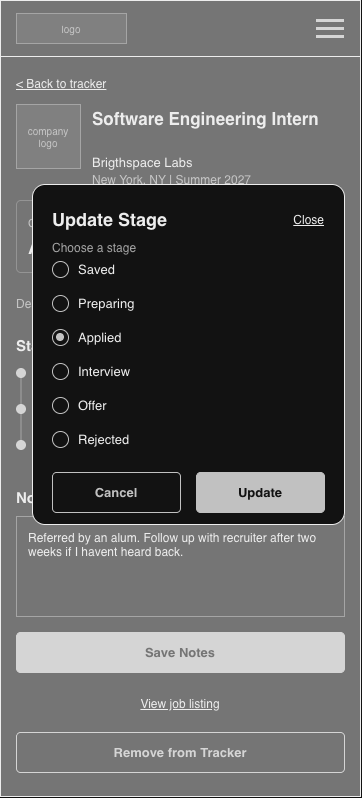
agile-students-fall2026/CareerHive keeps this draw.io diagram as ux-design/wireframes-17-application-details-update-stage.drawio.png. Above is the earlier version. Source tidied: cells renumbered, new cells last; positions are measured from the earlier drawing's top-left corner, leaving out a move shared by most shapes.
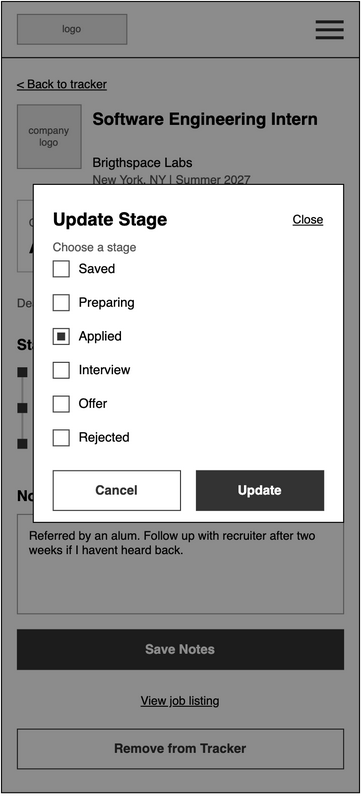
The same diagram one commit later.

Diff of the diagram source:
```diff
@@ -35,7 +35,7 @@
     <mxCell id="12" value="New York, NY | Summer 2027" style="html=1;whiteSpace=wrap;fontFamily=Helvetica;text;strokeColor=none;fillColor=none;spacing=0;overflow=visible;fontSize=12;fontStyle=0;fontColor=#555555;align=left;verticalAlign=top;" parent="1" vertex="1">
       <mxGeometry x="92" y="168" width="252" height="16" as="geometry" />
     </mxCell>
-    <mxCell id="13" style="html=1;whiteSpace=wrap;fontFamily=Helvetica;rounded=1;arcSize=6;absoluteArcSize=0;fillColor=#FFFFFF;strokeColor=#BBBBBB;" parent="1" vertex="1">
+    <mxCell id="13" style="html=1;whiteSpace=wrap;fontFamily=Helvetica;rounded=0;arcSize=0;absoluteArcSize=0;fillColor=#FFFFFF;strokeColor=#BBBBBB;" parent="1" vertex="1">
       <mxGeometry x="16" y="200" width="328" height="72" as="geometry" />
     </mxCell>
     <mxCell id="14" value="Current stage" style="html=1;whiteSpace=wrap;fontFamily=Helvetica;text;strokeColor=none;fillColor=none;spacing=0;overflow=visible;fontSize=11;fontStyle=0;fontColor=#555555;align=left;verticalAlign=top;" parent="1" vertex="1">
@@ -44,7 +44,7 @@
     <mxCell id="15" value="Applied" style="html=1;whiteSpace=wrap;fontFamily=Helvetica;text;strokeColor=none;fillColor=none;spacing=0;overflow=visible;fontSize=18;fontStyle=1;fontColor=#000000;align=left;verticalAlign=top;" parent="1" vertex="1">
       <mxGeometry x="28" y="232" width="150" height="24" as="geometry" />
     </mxCell>
-    <mxCell id="16" value="Update Stage" style="html=1;whiteSpace=wrap;fontFamily=Helvetica;rounded=1;arcSize=10;fontSize=13;fontStyle=1;fillColor=#FFFFFF;strokeColor=#333333;fontColor=#333333;" parent="1" vertex="1">
+    <mxCell id="16" value="Update Stage" style="html=1;whiteSpace=wrap;fontFamily=Helvetica;rounded=0;arcSize=0;fontSize=13;fontStyle=1;fillColor=#FFFFFF;strokeColor=#333333;fontColor=#333333;" parent="1" vertex="1">
       <mxGeometry x="216" y="216" width="116" height="40" as="geometry" />
     </mxCell>
     <mxCell id="17" value="Deadline" style="html=1;whiteSpace=wrap;fontFamily=Helvetica;text;strokeColor=none;fillColor=none;spacing=0;overflow=visible;fontSize=12;fontStyle=0;fontColor=#555555;align=left;verticalAlign=top;" parent="1" vertex="1">
@@ -59,7 +59,7 @@
     <mxCell id="20" style="html=1;whiteSpace=wrap;fontFamily=Helvetica;rounded=0;fillColor=#CCCCCC;strokeColor=none;" parent="1" vertex="1">
       <mxGeometry x="20" y="372" width="2" height="72" as="geometry" />
     </mxCell>
-    <mxCell id="21" style="html=1;whiteSpace=wrap;fontFamily=Helvetica;ellipse;fillColor=#333333;strokeColor=none;" parent="1" vertex="1">
+    <mxCell id="21" style="html=1;whiteSpace=wrap;fontFamily=Helvetica;shape=rectangle;rounded=0;fillColor=#333333;strokeColor=none;" parent="1" vertex="1">
       <mxGeometry x="16" y="368" width="10" height="10" as="geometry" />
     </mxCell>
     <mxCell id="22" value="Applied" style="html=1;whiteSpace=wrap;fontFamily=Helvetica;text;strokeColor=none;fillColor=none;spacing=0;overflow=visible;fontSize=13;fontStyle=1;fontColor=#000000;align=left;verticalAlign=top;" parent="1" vertex="1">
@@ -68,7 +68,7 @@
     <mxCell id="23" value="Oct 10, 2026" style="html=1;whiteSpace=wrap;fontFamily=Helvetica;text;strokeColor=none;fillColor=none;spacing=0;overflow=visible;fontSize=12;fontStyle=0;fontColor=#555555;align=right;verticalAlign=top;" parent="1" vertex="1">
       <mxGeometry x="224" y="364" width="120" height="18" as="geometry" />
     </mxCell>
-    <mxCell id="24" style="html=1;whiteSpace=wrap;fontFamily=Helvetica;ellipse;fillColor=#333333;strokeColor=none;" parent="1" vertex="1">
+    <mxCell id="24" style="html=1;whiteSpace=wrap;fontFamily=Helvetica;shape=rectangle;rounded=0;fillColor=#333333;strokeColor=none;" parent="1" vertex="1">
       <mxGeometry x="16" y="404" width="10" height="10" as="geometry" />
     </mxCell>
     <mxCell id="25" value="Preparing" style="html=1;whiteSpace=wrap;fontFamily=Helvetica;text;strokeColor=none;fillColor=none;spacing=0;overflow=visible;fontSize=13;fontStyle=1;fontColor=#000000;align=left;verticalAlign=top;" parent="1" vertex="1">
@@ -77,7 +77,7 @@
     <mxCell id="26" value="Oct 5, 2026" style="html=1;whiteSpace=wrap;fontFamily=Helvetica;text;strokeColor=none;fillColor=none;spacing=0;overflow=visible;fontSize=12;fontStyle=0;fontColor=#555555;align=right;verticalAlign=top;" parent="1" vertex="1">
       <mxGeometry x="224" y="400" width="120" height="18" as="geometry" />
     </mxCell>
-    <mxCell id="27" style="html=1;whiteSpace=wrap;fontFamily=Helvetica;ellipse;fillColor=#333333;strokeColor=none;" parent="1" vertex="1">
+    <mxCell id="27" style="html=1;whiteSpace=wrap;fontFamily=Helvetica;shape=rectangle;rounded=0;fillColor=#333333;strokeColor=none;" parent="1" vertex="1">
       <mxGeometry x="16" y="440" width="10" height="10" as="geometry" />
     </mxCell>
     <mxCell id="28" value="Saved" style="html=1;whiteSpace=wrap;fontFamily=Helvetica;text;strokeColor=none;fillColor=none;spacing=0;overflow=visible;fontSize=13;fontStyle=1;fontColor=#000000;align=left;verticalAlign=top;" parent="1" vertex="1">
@@ -92,22 +92,22 @@
     <mxCell id="31" value="Referred by an alum. Follow up with recruiter after two weeks if I havent heard back." style="html=1;whiteSpace=wrap;fontFamily=Helvetica;rounded=0;fillColor=#FFFFFF;strokeColor=#999999;align=left;verticalAlign=top;spacingLeft=10;spacingTop=8;spacingRight=10;fontSize=12;fontColor=#000000;" parent="1" vertex="1">
       <mxGeometry x="16" y="516" width="328" height="100" as="geometry" />
     </mxCell>
-    <mxCell id="32" value="Save Notes" style="html=1;whiteSpace=wrap;fontFamily=Helvetica;rounded=1;arcSize=10;fontSize=13;fontStyle=1;fillColor=#333333;strokeColor=#333333;fontColor=#FFFFFF;" parent="1" vertex="1">
+    <mxCell id="32" value="Save Notes" style="html=1;whiteSpace=wrap;fontFamily=Helvetica;rounded=0;arcSize=0;fontSize=13;fontStyle=1;fillColor=#333333;strokeColor=#333333;fontColor=#FFFFFF;" parent="1" vertex="1">
       <mxGeometry x="16" y="632" width="328" height="40" as="geometry" />
     </mxCell>
     <mxCell id="33" value="View job listing" style="html=1;whiteSpace=wrap;fontFamily=Helvetica;text;strokeColor=none;fillColor=none;spacing=0;overflow=visible;fontSize=12;fontStyle=4;fontColor=#000000;align=center;verticalAlign=top;" parent="1" vertex="1">
       <mxGeometry x="16" y="692" width="328" height="18" as="geometry" />
     </mxCell>
-    <mxCell id="34" value="Remove from Tracker" style="html=1;whiteSpace=wrap;fontFamily=Helvetica;rounded=1;arcSize=10;fontSize=13;fontStyle=1;fillColor=#FFFFFF;strokeColor=#333333;fontColor=#333333;" parent="1" vertex="1">
+    <mxCell id="34" value="Remove from Tracker" style="html=1;whiteSpace=wrap;fontFamily=Helvetica;rounded=0;arcSize=0;fontSize=13;fontStyle=1;fillColor=#FFFFFF;strokeColor=#333333;fontColor=#333333;" parent="1" vertex="1">
       <mxGeometry x="16" y="732" width="328" height="40" as="geometry" />
     </mxCell>
     <mxCell id="35" style="html=1;whiteSpace=wrap;fontFamily=Helvetica;rounded=0;fillColor=#000000;strokeColor=none;opacity=45;" parent="1" vertex="1">
       <mxGeometry width="360" height="796" as="geometry" />
     </mxCell>
-    <mxCell id="36" style="group;" parent="1" vertex="1">
+    <mxCell id="36" style="group;rounded=0;" parent="1" vertex="1">
       <mxGeometry x="32" y="184" width="312" height="340" as="geometry" />
     </mxCell>
-    <mxCell id="37" style="html=1;whiteSpace=wrap;fontFamily=Helvetica;rounded=1;arcSize=4;fillColor=#FFFFFF;strokeColor=#000000;" parent="36" vertex="1">
+    <mxCell id="37" style="html=1;whiteSpace=wrap;fontFamily=Helvetica;rounded=0;arcSize=0;fillColor=#FFFFFF;strokeColor=#000000;" parent="36" vertex="1">
       <mxGeometry width="312" height="340" as="geometry" />
     </mxCell>
     <mxCell id="38" value="Update Stage" style="html=1;whiteSpace=wrap;fontFamily=Helvetica;text;strokeColor=none;fillColor=none;spacing=0;overflow=visible;fontSize=18;fontStyle=1;fontColor=#000000;align=left;verticalAlign=top;" parent="36" vertex="1">
@@ -119,49 +119,49 @@
     <mxCell id="40" value="Choose a stage" style="html=1;whiteSpace=wrap;fontFamily=Helvetica;text;strokeColor=none;fillColor=none;spacing=0;overflow=visible;fontSize=12;fontStyle=0;fontColor=#555555;align=left;verticalAlign=top;" parent="36" vertex="1">
       <mxGeometry x="20" y="52" width="272" height="16" as="geometry" />
     </mxCell>
-    <mxCell id="41" style="html=1;whiteSpace=wrap;fontFamily=Helvetica;ellipse;strokeColor=#333333;fillColor=#FFFFFF;" parent="36" vertex="1">
+    <mxCell id="41" style="html=1;whiteSpace=wrap;fontFamily=Helvetica;shape=rectangle;rounded=0;strokeColor=#333333;fillColor=#FFFFFF;" parent="36" vertex="1">
       <mxGeometry x="20" y="77" width="16" height="16" as="geometry" />
     </mxCell>
     <mxCell id="42" value="Saved" style="html=1;whiteSpace=wrap;fontFamily=Helvetica;text;strokeColor=none;fillColor=none;spacing=0;overflow=visible;fontSize=13;fontStyle=0;fontColor=#000000;align=left;verticalAlign=middle;" parent="36" vertex="1">
       <mxGeometry x="46" y="76" width="220" height="18" as="geometry" />
     </mxCell>
-    <mxCell id="43" style="html=1;whiteSpace=wrap;fontFamily=Helvetica;ellipse;strokeColor=#333333;fillColor=#FFFFFF;" parent="36" vertex="1">
+    <mxCell id="43" style="html=1;whiteSpace=wrap;fontFamily=Helvetica;shape=rectangle;rounded=0;strokeColor=#333333;fillColor=#FFFFFF;" parent="36" vertex="1">
       <mxGeometry x="20" y="111" width="16" height="16" as="geometry" />
     </mxCell>
     <mxCell id="44" value="Preparing" style="html=1;whiteSpace=wrap;fontFamily=Helvetica;text;strokeColor=none;fillColor=none;spacing=0;overflow=visible;fontSize=13;fontStyle=0;fontColor=#000000;align=left;verticalAlign=middle;" parent="36" vertex="1">
       <mxGeometry x="46" y="110" width="220" height="18" as="geometry" />
     </mxCell>
-    <mxCell id="45" style="html=1;whiteSpace=wrap;fontFamily=Helvetica;ellipse;strokeColor=#333333;fillColor=#FFFFFF;" parent="36" vertex="1">
+    <mxCell id="45" style="html=1;whiteSpace=wrap;fontFamily=Helvetica;shape=rectangle;rounded=0;strokeColor=#333333;fillColor=#FFFFFF;" parent="36" vertex="1">
       <mxGeometry x="20" y="145" width="16" height="16" as="geometry" />
     </mxCell>
-    <mxCell id="46" style="html=1;whiteSpace=wrap;fontFamily=Helvetica;ellipse;strokeColor=none;fillColor=#333333;" parent="36" vertex="1">
+    <mxCell id="46" style="html=1;whiteSpace=wrap;fontFamily=Helvetica;shape=rectangle;rounded=0;strokeColor=none;fillColor=#333333;" parent="36" vertex="1">
       <mxGeometry x="24" y="149" width="8" height="8" as="geometry" />
     </mxCell>
     <mxCell id="47" value="Applied" style="html=1;whiteSpace=wrap;fontFamily=Helvetica;text;strokeColor=none;fillColor=none;spacing=0;overflow=visible;fontSize=13;fontStyle=0;fontColor=#000000;align=left;verticalAlign=middle;" parent="36" vertex="1">
       <mxGeometry x="46" y="144" width="220" height="18" as="geometry" />
     </mxCell>
-    <mxCell id="48" style="html=1;whiteSpace=wrap;fontFamily=Helvetica;ellipse;strokeColor=#333333;fillColor=#FFFFFF;" parent="36" vertex="1">
+    <mxCell id="48" style="html=1;whiteSpace=wrap;fontFamily=Helvetica;shape=rectangle;rounded=0;strokeColor=#333333;fillColor=#FFFFFF;" parent="36" vertex="1">
       <mxGeometry x="20" y="179" width="16" height="16" as="geometry" />
     </mxCell>
     <mxCell id="49" value="Interview" style="html=1;whiteSpace=wrap;fontFamily=Helvetica;text;strokeColor=none;fillColor=none;spacing=0;overflow=visible;fontSize=13;fontStyle=0;fontColor=#000000;align=left;verticalAlign=middle;" parent="36" vertex="1">
       <mxGeometry x="46" y="178" width="220" height="18" as="geometry" />
     </mxCell>
-    <mxCell id="50" style="html=1;whiteSpace=wrap;fontFamily=Helvetica;ellipse;strokeColor=#333333;fillColor=#FFFFFF;" parent="36" vertex="1">
+    <mxCell id="50" style="html=1;whiteSpace=wrap;fontFamily=Helvetica;shape=rectangle;rounded=0;strokeColor=#333333;fillColor=#FFFFFF;" parent="36" vertex="1">
       <mxGeometry x="20" y="213" width="16" height="16" as="geometry" />
     </mxCell>
     <mxCell id="51" value="Offer" style="html=1;whiteSpace=wrap;fontFamily=Helvetica;text;strokeColor=none;fillColor=none;spacing=0;overflow=visible;fontSize=13;fontStyle=0;fontColor=#000000;align=left;verticalAlign=middle;" parent="36" vertex="1">
       <mxGeometry x="46" y="212" width="220" height="18" as="geometry" />
     </mxCell>
-    <mxCell id="52" style="html=1;whiteSpace=wrap;fontFamily=Helvetica;ellipse;strokeColor=#333333;fillColor=#FFFFFF;" parent="36" vertex="1">
+    <mxCell id="52" style="html=1;whiteSpace=wrap;fontFamily=Helvetica;shape=rectangle;rounded=0;strokeColor=#333333;fillColor=#FFFFFF;" parent="36" vertex="1">
       <mxGeometry x="20" y="247" width="16" height="16" as="geometry" />
     </mxCell>
     <mxCell id="53" value="Rejected" style="html=1;whiteSpace=wrap;fontFamily=Helvetica;text;strokeColor=none;fillColor=none;spacing=0;overflow=visible;fontSize=13;fontStyle=0;fontColor=#000000;align=left;verticalAlign=middle;" parent="36" vertex="1">
       <mxGeometry x="46" y="246" width="220" height="18" as="geometry" />
     </mxCell>
-    <mxCell id="54" value="Cancel" style="html=1;whiteSpace=wrap;fontFamily=Helvetica;rounded=1;arcSize=10;fontSize=13;fontStyle=1;fillColor=#FFFFFF;strokeColor=#333333;fontColor=#333333;" parent="36" vertex="1">
+    <mxCell id="54" value="Cancel" style="html=1;whiteSpace=wrap;fontFamily=Helvetica;rounded=0;arcSize=0;fontSize=13;fontStyle=1;fillColor=#FFFFFF;strokeColor=#333333;fontColor=#333333;" parent="36" vertex="1">
       <mxGeometry x="20" y="288" width="128" height="40" as="geometry" />
     </mxCell>
-    <mxCell id="55" value="Update" style="html=1;whiteSpace=wrap;fontFamily=Helvetica;rounded=1;arcSize=10;fontSize=13;fontStyle=1;fillColor=#333333;strokeColor=#333333;fontColor=#FFFFFF;" parent="36" vertex="1">
+    <mxCell id="55" value="Update" style="html=1;whiteSpace=wrap;fontFamily=Helvetica;rounded=0;arcSize=0;fontSize=13;fontStyle=1;fillColor=#333333;strokeColor=#333333;fontColor=#FFFFFF;" parent="36" vertex="1">
       <mxGeometry x="164" y="288" width="128" height="40" as="geometry" />
     </mxCell>
   </root>
```
